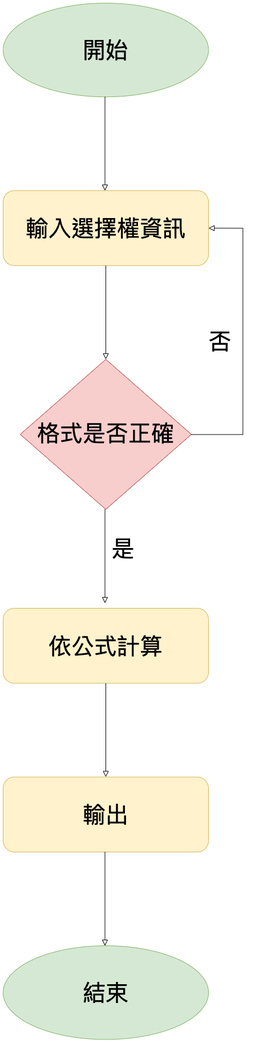
This is HW5/src/flowchart.png from manamimebom/Financial_Engineering, a draw.io export, as it was before one commit. Source tidied: cells renumbered, new cells last; positions are measured from the earlier drawing's top-left corner, leaving out a move shared by most shapes. The source it was exported from:
```xml
<mxGraphModel>
  <root>
    <mxCell id="0" />
    <mxCell id="1" parent="0" />
    <mxCell id="2" value="輸入選擇權資訊" style="rounded=1;whiteSpace=wrap;html=1;fontSize=40;glass=0;strokeWidth=1;shadow=0;fillColor=#fff2cc;strokeColor=#d6b656;" parent="1" vertex="1">
      <mxGeometry y="328.4" width="360" height="131.4" as="geometry" />
    </mxCell>
    <mxCell id="3" value="否" style="edgeStyle=orthogonalEdgeStyle;rounded=0;html=1;jettySize=auto;fontSize=40;endArrow=block;endFill=0;endSize=8;strokeWidth=1;shadow=0;labelBackgroundColor=none;entryX=1;entryY=0.5;entryDx=0;entryDy=0;" parent="1" edge="1" source="4" target="2">
      <mxGeometry y="40" relative="1" as="geometry">
        <Array as="points">
          <mxPoint x="420" y="755.4" />
          <mxPoint x="420" y="394.1" />
        </Array>
        <mxPoint y="-1" as="offset" />
      </mxGeometry>
    </mxCell>
    <mxCell id="4" value="格式是否正確" style="rhombus;whiteSpace=wrap;html=1;shadow=0;fontFamily=Helvetica;fontSize=40;align=center;strokeWidth=1;spacing=6;spacingTop=-4;fillColor=#f8cecc;strokeColor=#b85450;" parent="1" vertex="1">
      <mxGeometry x="30" y="624" width="300" height="262.7" as="geometry" />
    </mxCell>
    <mxCell id="5" style="rounded=0;html=1;jettySize=auto;fontSize=40;endArrow=block;endFill=0;endSize=8;strokeWidth=1;shadow=0;labelBackgroundColor=none;edgeStyle=orthogonalEdgeStyle;" parent="1" edge="1" source="2" target="4">
      <mxGeometry relative="1" as="geometry" />
    </mxCell>
    <mxCell id="6" value="依公式計算" style="rounded=1;whiteSpace=wrap;html=1;fontSize=40;glass=0;strokeWidth=1;shadow=0;fillColor=#fff2cc;strokeColor=#d6b656;" parent="1" vertex="1">
      <mxGeometry y="1060" width="360" height="131.4" as="geometry" />
    </mxCell>
    <mxCell id="7" value="開始" style="ellipse;whiteSpace=wrap;html=1;fillColor=#d5e8d4;strokeColor=#82b366;fontSize=40;" parent="1" vertex="1">
      <mxGeometry width="360" height="164.2" as="geometry" />
    </mxCell>
    <mxCell id="8" style="rounded=0;html=1;jettySize=auto;orthogonalLoop=1;fontSize=40;endArrow=block;endFill=0;endSize=8;strokeWidth=1;shadow=0;labelBackgroundColor=none;edgeStyle=orthogonalEdgeStyle;" parent="1" edge="1">
      <mxGeometry relative="1" as="geometry">
        <mxPoint x="178.5" y="164.2" as="sourcePoint" />
        <mxPoint x="178.5" y="328.4" as="targetPoint" />
      </mxGeometry>
    </mxCell>
    <mxCell id="9" style="rounded=0;html=1;jettySize=auto;orthogonalLoop=1;fontSize=40;endArrow=block;endFill=0;endSize=8;strokeWidth=1;shadow=0;labelBackgroundColor=none;edgeStyle=orthogonalEdgeStyle;" parent="1" edge="1">
      <mxGeometry relative="1" as="geometry">
        <mxPoint x="178.5" y="886.7" as="sourcePoint" />
        <mxPoint x="178.5" y="1050.9" as="targetPoint" />
      </mxGeometry>
    </mxCell>
    <mxCell id="10" style="rounded=0;html=1;jettySize=auto;fontSize=40;endArrow=block;endFill=0;endSize=8;strokeWidth=1;shadow=0;labelBackgroundColor=none;edgeStyle=orthogonalEdgeStyle;" parent="1" edge="1" target="11">
      <mxGeometry x="0.33" y="20" relative="1" as="geometry">
        <mxPoint x="180" y="1191.4" as="sourcePoint" />
      </mxGeometry>
    </mxCell>
    <mxCell id="11" value="輸出" style="rounded=1;whiteSpace=wrap;html=1;fontSize=40;glass=0;strokeWidth=1;shadow=0;fillColor=#fff2cc;strokeColor=#d6b656;" parent="1" vertex="1">
      <mxGeometry y="1355.6" width="360" height="131.4" as="geometry" />
    </mxCell>
    <mxCell id="12" value="結束" style="ellipse;whiteSpace=wrap;html=1;fillColor=#d5e8d4;strokeColor=#82b366;fontSize=40;" parent="1" vertex="1">
      <mxGeometry y="1651.2" width="360" height="164.2" as="geometry" />
    </mxCell>
    <mxCell id="13" style="rounded=0;html=1;jettySize=auto;orthogonalLoop=1;fontSize=40;endArrow=block;endFill=0;endSize=8;strokeWidth=1;shadow=0;labelBackgroundColor=none;edgeStyle=orthogonalEdgeStyle;" parent="1" edge="1">
      <mxGeometry x="0.33" y="20" relative="1" as="geometry">
        <mxPoint x="178.5" y="1486.9" as="sourcePoint" />
        <mxPoint x="178.5" y="1651.2" as="targetPoint" />
      </mxGeometry>
    </mxCell>
    <mxCell id="14" value="&lt;span style=&quot;font-size: 40px&quot;&gt;是&lt;/span&gt;" style="text;html=1;align=center;verticalAlign=middle;" parent="1" vertex="1">
      <mxGeometry x="180" y="940" width="60" height="30" as="geometry" />
    </mxCell>
  </root>
</mxGraphModel>
```
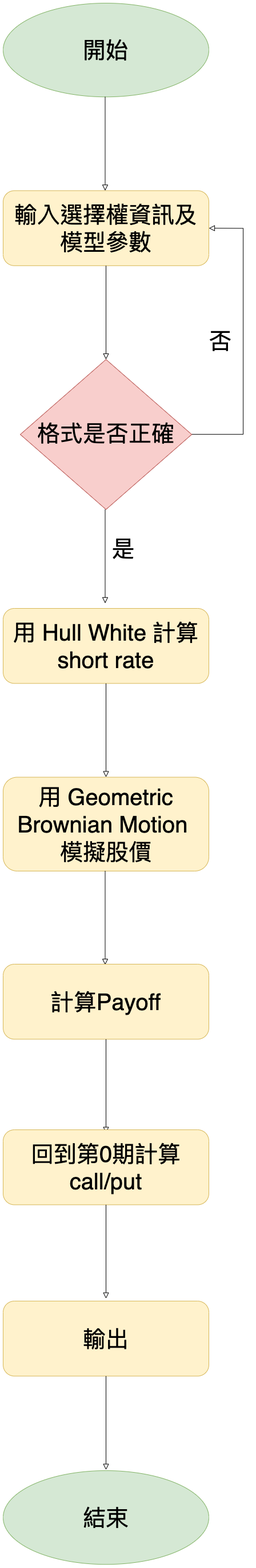
Later version of the same file.

Diff of the diagram source:
```diff
@@ -2,7 +2,7 @@
   <root>
     <mxCell id="0" />
     <mxCell id="1" parent="0" />
-    <mxCell id="2" value="輸入選擇權資訊" style="rounded=1;whiteSpace=wrap;html=1;fontSize=40;glass=0;strokeWidth=1;shadow=0;fillColor=#fff2cc;strokeColor=#d6b656;" parent="1" vertex="1">
+    <mxCell id="2" value="輸入選擇權資訊及模型參數" style="rounded=1;whiteSpace=wrap;html=1;fontSize=40;glass=0;strokeWidth=1;shadow=0;fillColor=#fff2cc;strokeColor=#d6b656;" parent="1" vertex="1">
       <mxGeometry y="328.4" width="360" height="131.4" as="geometry" />
     </mxCell>
     <mxCell id="3" value="否" style="edgeStyle=orthogonalEdgeStyle;rounded=0;html=1;jettySize=auto;fontSize=40;endArrow=block;endFill=0;endSize=8;strokeWidth=1;shadow=0;labelBackgroundColor=none;entryX=1;entryY=0.5;entryDx=0;entryDy=0;" parent="1" edge="1" source="4" target="2">
@@ -20,7 +20,7 @@
     <mxCell id="5" style="rounded=0;html=1;jettySize=auto;fontSize=40;endArrow=block;endFill=0;endSize=8;strokeWidth=1;shadow=0;labelBackgroundColor=none;edgeStyle=orthogonalEdgeStyle;" parent="1" edge="1" source="2" target="4">
       <mxGeometry relative="1" as="geometry" />
     </mxCell>
-    <mxCell id="6" value="依公式計算" style="rounded=1;whiteSpace=wrap;html=1;fontSize=40;glass=0;strokeWidth=1;shadow=0;fillColor=#fff2cc;strokeColor=#d6b656;" parent="1" vertex="1">
+    <mxCell id="6" value="用 Hull White 計算 short rate" style="rounded=1;whiteSpace=wrap;html=1;fontSize=40;glass=0;strokeWidth=1;shadow=0;fillColor=#fff2cc;strokeColor=#d6b656;" parent="1" vertex="1">
       <mxGeometry y="1060" width="360" height="131.4" as="geometry" />
     </mxCell>
     <mxCell id="7" value="開始" style="ellipse;whiteSpace=wrap;html=1;fillColor=#d5e8d4;strokeColor=#82b366;fontSize=40;" parent="1" vertex="1">
@@ -43,20 +43,47 @@
         <mxPoint x="180" y="1191.4" as="sourcePoint" />
       </mxGeometry>
     </mxCell>
-    <mxCell id="11" value="輸出" style="rounded=1;whiteSpace=wrap;html=1;fontSize=40;glass=0;strokeWidth=1;shadow=0;fillColor=#fff2cc;strokeColor=#d6b656;" parent="1" vertex="1">
-      <mxGeometry y="1355.6" width="360" height="131.4" as="geometry" />
+    <mxCell id="11" value="用&amp;nbsp;Geometric Brownian Motion &lt;br&gt;模擬股價" style="rounded=1;whiteSpace=wrap;html=1;fontSize=40;glass=0;strokeWidth=1;shadow=0;fillColor=#fff2cc;strokeColor=#d6b656;" parent="1" vertex="1">
+      <mxGeometry y="1355.6" width="360" height="164.4" as="geometry" />
     </mxCell>
-    <mxCell id="12" value="結束" style="ellipse;whiteSpace=wrap;html=1;fillColor=#d5e8d4;strokeColor=#82b366;fontSize=40;" parent="1" vertex="1">
-      <mxGeometry y="1651.2" width="360" height="164.2" as="geometry" />
+    <mxCell id="12" style="rounded=0;html=1;jettySize=auto;orthogonalLoop=1;fontSize=40;endArrow=block;endFill=0;endSize=8;strokeWidth=1;shadow=0;labelBackgroundColor=none;edgeStyle=orthogonalEdgeStyle;" parent="1" edge="1">
+      <mxGeometry x="0.33" y="20" relative="1" as="geometry">
+        <mxPoint x="178.5" y="1520" as="sourcePoint" />
+        <mxPoint x="178.5" y="1684.2" as="targetPoint" />
+      </mxGeometry>
     </mxCell>
-    <mxCell id="13" style="rounded=0;html=1;jettySize=auto;orthogonalLoop=1;fontSize=40;endArrow=block;endFill=0;endSize=8;strokeWidth=1;shadow=0;labelBackgroundColor=none;edgeStyle=orthogonalEdgeStyle;" parent="1" edge="1">
-      <mxGeometry x="0.33" y="20" relative="1" as="geometry">
-        <mxPoint x="178.5" y="1486.9" as="sourcePoint" />
-        <mxPoint x="178.5" y="1651.2" as="targetPoint" />
-      </mxGeometry>
+    <mxCell id="13" value="&lt;span style=&quot;font-size: 40px&quot;&gt;是&lt;/span&gt;" style="text;html=1;align=center;verticalAlign=middle;" parent="1" vertex="1">
+      <mxGeometry x="180" y="940" width="60" height="30" as="geometry" />
     </mxCell>
-    <mxCell id="14" value="&lt;span style=&quot;font-size: 40px&quot;&gt;是&lt;/span&gt;" style="text;html=1;align=center;verticalAlign=middle;" parent="1" vertex="1">
-      <mxGeometry x="180" y="940" width="60" height="30" as="geometry" />
+    <mxCell id="14" value="計算Payoff" style="rounded=1;whiteSpace=wrap;html=1;fontSize=40;glass=0;strokeWidth=1;shadow=0;fillColor=#fff2cc;strokeColor=#d6b656;" parent="1" vertex="1">
+      <mxGeometry y="1683.1" width="360" height="131.4" as="geometry" />
     </mxCell>
+    <mxCell id="15" style="rounded=0;html=1;jettySize=auto;orthogonalLoop=1;fontSize=40;endArrow=block;endFill=0;endSize=8;strokeWidth=1;shadow=0;labelBackgroundColor=none;edgeStyle=orthogonalEdgeStyle;" parent="1" edge="1">
+      <mxGeometry x="0.33" y="20" relative="1" as="geometry">
+        <mxPoint x="180" y="1814.4" as="sourcePoint" />
+        <mxPoint x="180" y="1978.6" as="targetPoint" />
+      </mxGeometry>
+    </mxCell>
+    <mxCell id="16" value="回到第0期計算call/put" style="rounded=1;whiteSpace=wrap;html=1;fontSize=40;glass=0;strokeWidth=1;shadow=0;fillColor=#fff2cc;strokeColor=#d6b656;" parent="1" vertex="1">
+      <mxGeometry y="1973.1" width="360" height="131.4" as="geometry" />
+    </mxCell>
+    <mxCell id="17" style="rounded=0;html=1;jettySize=auto;orthogonalLoop=1;fontSize=40;endArrow=block;endFill=0;endSize=8;strokeWidth=1;shadow=0;labelBackgroundColor=none;edgeStyle=orthogonalEdgeStyle;" parent="1" edge="1">
+      <mxGeometry x="0.33" y="20" relative="1" as="geometry">
+        <mxPoint x="180" y="2104.4" as="sourcePoint" />
+        <mxPoint x="180" y="2268.6" as="targetPoint" />
+      </mxGeometry>
+    </mxCell>
+    <mxCell id="18" value="輸出" style="rounded=1;whiteSpace=wrap;html=1;fontSize=40;glass=0;strokeWidth=1;shadow=0;fillColor=#fff2cc;strokeColor=#d6b656;" parent="1" vertex="1">
+      <mxGeometry y="2273.1" width="360" height="131.4" as="geometry" />
+    </mxCell>
+    <mxCell id="19" style="rounded=0;html=1;jettySize=auto;orthogonalLoop=1;fontSize=40;endArrow=block;endFill=0;endSize=8;strokeWidth=1;shadow=0;labelBackgroundColor=none;edgeStyle=orthogonalEdgeStyle;" parent="1" edge="1">
+      <mxGeometry x="0.33" y="20" relative="1" as="geometry">
+        <mxPoint x="180" y="2404.4" as="sourcePoint" />
+        <mxPoint x="180" y="2568.6" as="targetPoint" />
+      </mxGeometry>
+    </mxCell>
+    <mxCell id="20" value="結束" style="ellipse;whiteSpace=wrap;html=1;fillColor=#d5e8d4;strokeColor=#82b366;fontSize=40;" parent="1" vertex="1">
+      <mxGeometry y="2570" width="360" height="164.2" as="geometry" />
+    </mxCell>
   </root>
 </mxGraphModel>
```
